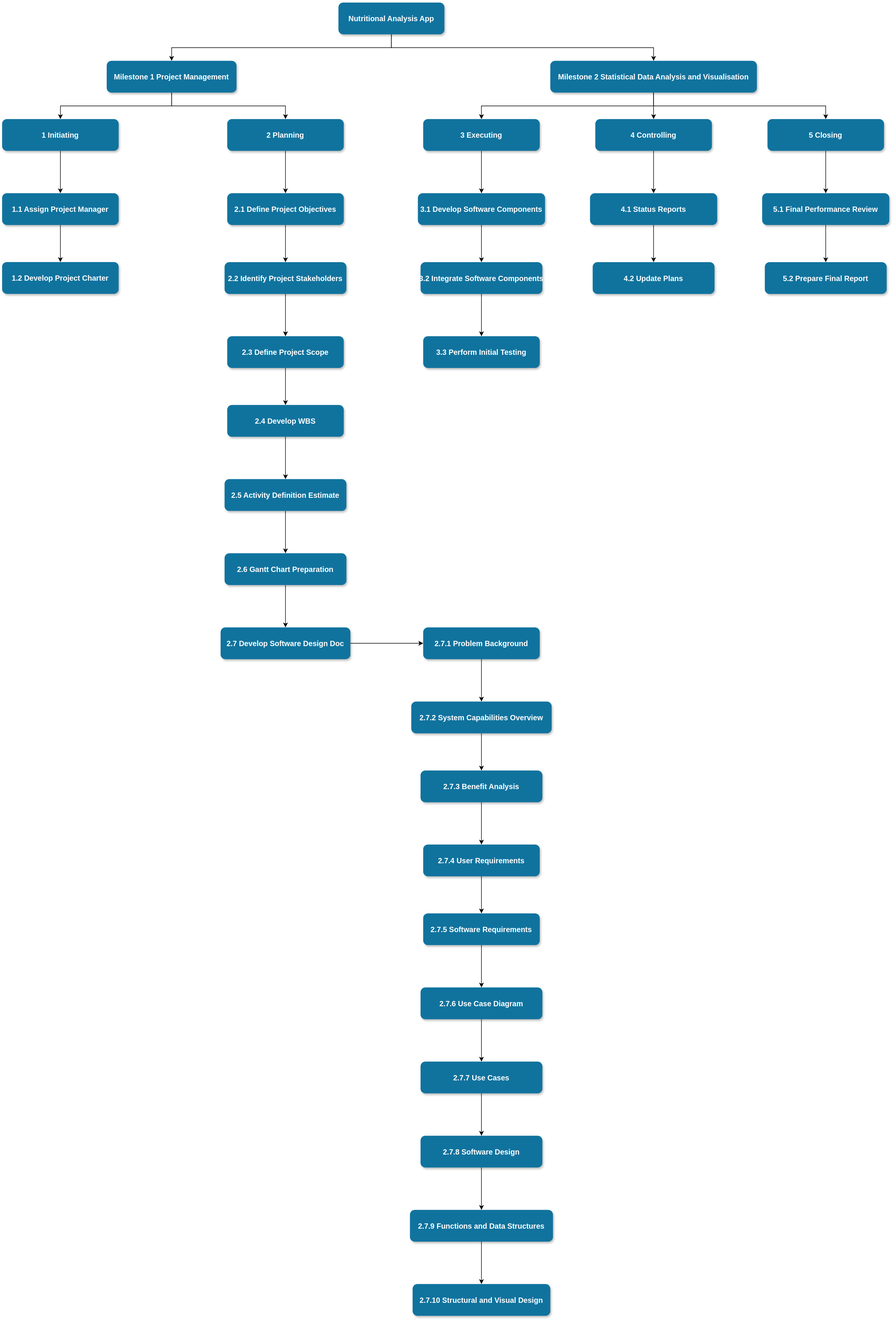
Earlier version of the draw.io export wbs.svg (Altidias/Milestone1_Group52). Source tidied: cells renumbered, new cells last; positions are measured from the earlier drawing's top-left corner, leaving out a move shared by most shapes.
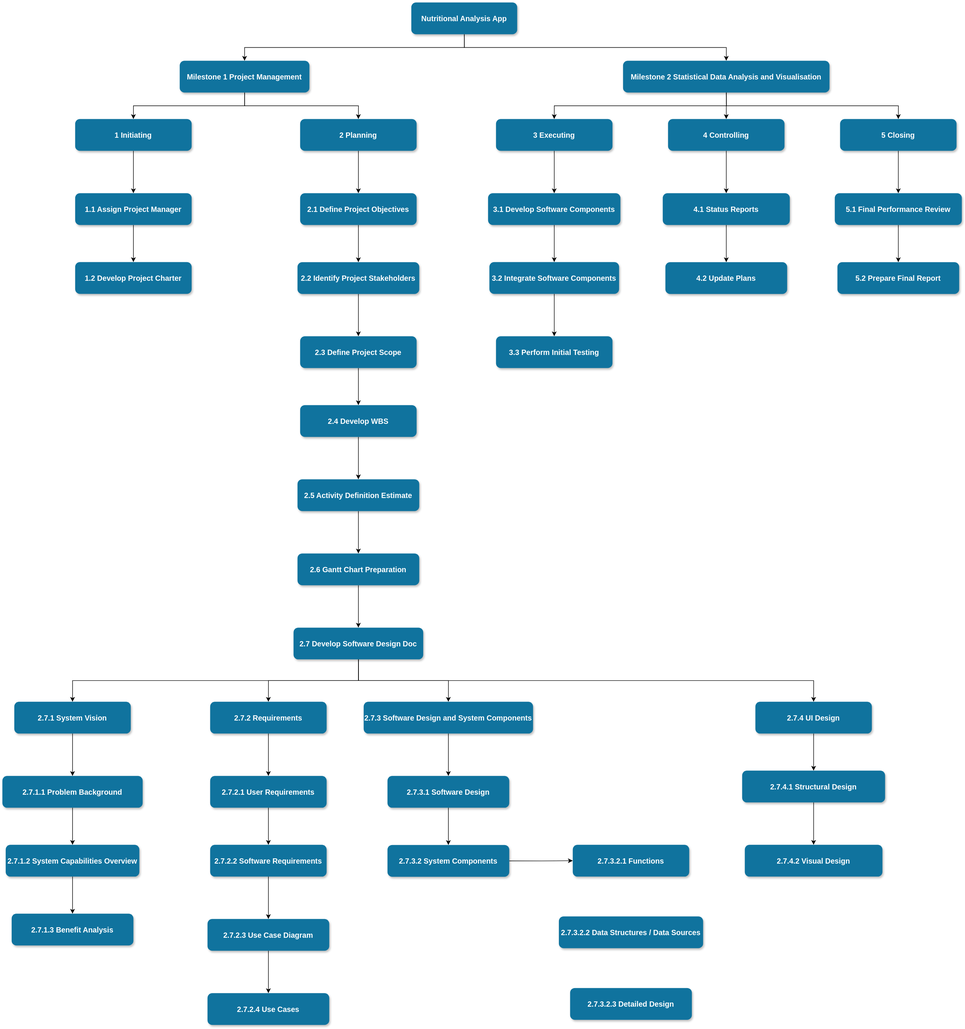
The same file after the commit.

Diff of the diagram source:
```diff
@@ -107,80 +107,86 @@
     <mxCell id="36" value="Milestone 2 Statistical Data Analysis and Visualisation" style="rounded=1;fillColor=#10739E;strokeColor=none;shadow=1;gradientColor=none;fontStyle=1;fontColor=#FFFFFF;fontSize=14;" parent="1" vertex="1">
       <mxGeometry x="1035" y="110" width="390" height="60" as="geometry" />
     </mxCell>
+    <mxCell id="69" style="edgeStyle=orthogonalEdgeStyle;rounded=0;jettySize=auto;html=1;exitX=0.5;exitY=1;exitDx=0;exitDy=0;entryX=0.5;entryY=0;entryDx=0;entryDy=0;" parent="1" edge="1" source="38" target="76">
+      <mxGeometry relative="1" as="geometry" />
+    </mxCell>
+    <mxCell id="70" style="edgeStyle=orthogonalEdgeStyle;rounded=0;jettySize=auto;html=1;exitX=0.5;exitY=1;exitDx=0;exitDy=0;entryX=0.5;entryY=0;entryDx=0;entryDy=0;" parent="1" edge="1" source="38" target="78">
+      <mxGeometry relative="1" as="geometry" />
+    </mxCell>
+    <mxCell id="71" style="edgeStyle=orthogonalEdgeStyle;rounded=0;jettySize=auto;html=1;exitX=0.5;exitY=1;exitDx=0;exitDy=0;entryX=0.5;entryY=0;entryDx=0;entryDy=0;" parent="1" edge="1" source="38" target="80">
+      <mxGeometry relative="1" as="geometry" />
+    </mxCell>
-    <mxCell id="37" style="edgeStyle=orthogonalEdgeStyle;rounded=0;jettySize=auto;html=1;exitX=1;exitY=0.5;exitDx=0;exitDy=0;entryX=0;entryY=0.5;entryDx=0;entryDy=0;" parent="1" edge="1" source="38" target="40">
+    <mxCell id="37" style="edgeStyle=orthogonalEdgeStyle;rounded=0;jettySize=auto;html=1;exitX=0.5;exitY=1;exitDx=0;exitDy=0;entryX=0.5;entryY=0;entryDx=0;entryDy=0;" parent="1" edge="1" source="38" target="40">
       <mxGeometry relative="1" as="geometry" />
     </mxCell>
     <mxCell id="38" value="2.7 Develop Software Design Doc" style="rounded=1;fillColor=#10739E;strokeColor=none;shadow=1;gradientColor=none;fontStyle=1;fontColor=#FFFFFF;fontSize=14;" parent="1" vertex="1">
       <mxGeometry x="412.5" y="1180" width="245" height="60" as="geometry" />
     </mxCell>
-    <mxCell id="39" style="edgeStyle=orthogonalEdgeStyle;rounded=0;jettySize=auto;html=1;exitX=0.5;exitY=1;exitDx=0;exitDy=0;entryX=0.5;entryY=0;entryDx=0;entryDy=0;" parent="1" edge="1" source="40" target="42">
-      <mxGeometry relative="1" as="geometry" />
-    </mxCell>
+    <mxCell id="72" style="edgeStyle=orthogonalEdgeStyle;rounded=0;jettySize=auto;html=1;exitX=0.5;exitY=1;exitDx=0;exitDy=0;entryX=0.5;entryY=0;entryDx=0;entryDy=0;" parent="1" edge="1" source="40" target="56">
+      <mxGeometry relative="1" as="geometry" />
+    </mxCell>
-    <mxCell id="40" value="2.7.1 Problem Background" style="rounded=1;fillColor=#10739E;strokeColor=none;shadow=1;gradientColor=none;fontStyle=1;fontColor=#FFFFFF;fontSize=14;" parent="1" vertex="1">
-      <mxGeometry x="795" y="1180" width="220" height="60" as="geometry" />
+    <mxCell id="40" value="2.7.4 UI Design" style="rounded=1;fillColor=#10739E;strokeColor=none;shadow=1;gradientColor=none;fontStyle=1;fontColor=#FFFFFF;fontSize=14;" parent="1" vertex="1">
+      <mxGeometry x="1285" y="1320" width="220" height="60" as="geometry" />
     </mxCell>
     <mxCell id="41" style="edgeStyle=orthogonalEdgeStyle;rounded=0;jettySize=auto;html=1;exitX=0.5;exitY=1;exitDx=0;exitDy=0;entryX=0.5;entryY=0;entryDx=0;entryDy=0;" parent="1" edge="1" source="42" target="44">
       <mxGeometry relative="1" as="geometry" />
     </mxCell>
-    <mxCell id="42" value="2.7.2 System Capabilities Overview" style="rounded=1;fillColor=#10739E;strokeColor=none;shadow=1;gradientColor=none;fontStyle=1;fontColor=#FFFFFF;fontSize=14;" parent="1" vertex="1">
-      <mxGeometry x="772.5" y="1320" width="265" height="60" as="geometry" />
+    <mxCell id="42" value="2.7.1.1 Problem Background" style="rounded=1;fillColor=#10739E;strokeColor=none;shadow=1;gradientColor=none;fontStyle=1;fontColor=#FFFFFF;fontSize=14;" parent="1" vertex="1">
+      <mxGeometry x="-137.5" y="1460" width="265" height="60" as="geometry" />
     </mxCell>
-    <mxCell id="43" style="edgeStyle=orthogonalEdgeStyle;rounded=0;jettySize=auto;html=1;exitX=0.5;exitY=1;exitDx=0;exitDy=0;entryX=0.5;entryY=0;entryDx=0;entryDy=0;" parent="1" edge="1" source="44" target="46">
-      <mxGeometry relative="1" as="geometry" />
-    </mxCell>
+    <mxCell id="73" style="edgeStyle=orthogonalEdgeStyle;rounded=0;jettySize=auto;html=1;exitX=0.5;exitY=1;exitDx=0;exitDy=0;entryX=0.5;entryY=0;entryDx=0;entryDy=0;" parent="1" edge="1" source="44" target="81">
+      <mxGeometry relative="1" as="geometry" />
+    </mxCell>
-    <mxCell id="44" value="2.7.3 Benefit Analysis" style="rounded=1;fillColor=#10739E;strokeColor=none;shadow=1;gradientColor=none;fontStyle=1;fontColor=#FFFFFF;fontSize=14;" parent="1" vertex="1">
-      <mxGeometry x="790" y="1450.2" width="230" height="60" as="geometry" />
+    <mxCell id="44" value="2.7.1.2 System Capabilities Overview" style="rounded=1;fillColor=#10739E;strokeColor=none;shadow=1;gradientColor=none;fontStyle=1;fontColor=#FFFFFF;fontSize=14;" parent="1" vertex="1">
+      <mxGeometry x="-131.2" y="1590" width="252.5" height="60" as="geometry" />
     </mxCell>
     <mxCell id="45" style="edgeStyle=orthogonalEdgeStyle;rounded=0;jettySize=auto;html=1;exitX=0.5;exitY=1;exitDx=0;exitDy=0;entryX=0.5;entryY=0;entryDx=0;entryDy=0;" parent="1" edge="1" source="46" target="48">
       <mxGeometry relative="1" as="geometry" />
     </mxCell>
-    <mxCell id="46" value="2.7.4 User Requirements" style="rounded=1;fillColor=#10739E;strokeColor=none;shadow=1;gradientColor=none;fontStyle=1;fontColor=#FFFFFF;fontSize=14;" parent="1" vertex="1">
-      <mxGeometry x="795" y="1590" width="220" height="60" as="geometry" />
+    <mxCell id="46" value="2.7.2.1 User Requirements" style="rounded=1;fillColor=#10739E;strokeColor=none;shadow=1;gradientColor=none;fontStyle=1;fontColor=#FFFFFF;fontSize=14;" parent="1" vertex="1">
+      <mxGeometry x="255" y="1460" width="220" height="60" as="geometry" />
     </mxCell>
     <mxCell id="47" style="edgeStyle=orthogonalEdgeStyle;rounded=0;jettySize=auto;html=1;exitX=0.5;exitY=1;exitDx=0;exitDy=0;entryX=0.5;entryY=0;entryDx=0;entryDy=0;" parent="1" edge="1" source="48" target="50">
       <mxGeometry relative="1" as="geometry" />
     </mxCell>
-    <mxCell id="48" value="2.7.5 Software Requirements" style="rounded=1;fillColor=#10739E;strokeColor=none;shadow=1;gradientColor=none;fontStyle=1;fontColor=#FFFFFF;fontSize=14;" parent="1" vertex="1">
-      <mxGeometry x="795" y="1720" width="220" height="60" as="geometry" />
+    <mxCell id="48" value="2.7.2.2 Software Requirements" style="rounded=1;fillColor=#10739E;strokeColor=none;shadow=1;gradientColor=none;fontStyle=1;fontColor=#FFFFFF;fontSize=14;" parent="1" vertex="1">
+      <mxGeometry x="255" y="1590" width="220" height="60" as="geometry" />
     </mxCell>
     <mxCell id="49" style="edgeStyle=orthogonalEdgeStyle;rounded=0;jettySize=auto;html=1;exitX=0.5;exitY=1;exitDx=0;exitDy=0;entryX=0.5;entryY=0;entryDx=0;entryDy=0;" parent="1" edge="1" source="50" target="52">
       <mxGeometry relative="1" as="geometry" />
     </mxCell>
-    <mxCell id="50" value="2.7.6 Use Case Diagram" style="rounded=1;fillColor=#10739E;strokeColor=none;shadow=1;gradientColor=none;fontStyle=1;fontColor=#FFFFFF;fontSize=14;" parent="1" vertex="1">
-      <mxGeometry x="790" y="1860" width="230" height="60" as="geometry" />
+    <mxCell id="50" value="2.7.2.3 Use Case Diagram" style="rounded=1;fillColor=#10739E;strokeColor=none;shadow=1;gradientColor=none;fontStyle=1;fontColor=#FFFFFF;fontSize=14;" parent="1" vertex="1">
+      <mxGeometry x="250" y="1730" width="230" height="60" as="geometry" />
     </mxCell>
-    <mxCell id="51" style="edgeStyle=orthogonalEdgeStyle;rounded=0;jettySize=auto;html=1;exitX=0.5;exitY=1;exitDx=0;exitDy=0;entryX=0.5;entryY=0;entryDx=0;entryDy=0;" parent="1" edge="1" source="52" target="54">
-      <mxGeometry relative="1" as="geometry" />
-    </mxCell>
-    <mxCell id="52" value="2.7.7 Use Cases" style="rounded=1;fillColor=#10739E;strokeColor=none;shadow=1;gradientColor=none;fontStyle=1;fontColor=#FFFFFF;fontSize=14;" parent="1" vertex="1">
-      <mxGeometry x="790" y="2000" width="230" height="60" as="geometry" />
+    <mxCell id="52" value="2.7.2.4 Use Cases" style="rounded=1;fillColor=#10739E;strokeColor=none;shadow=1;gradientColor=none;fontStyle=1;fontColor=#FFFFFF;fontSize=14;" parent="1" vertex="1">
+      <mxGeometry x="250" y="1870" width="230" height="60" as="geometry" />
     </mxCell>
-    <mxCell id="53" style="edgeStyle=orthogonalEdgeStyle;rounded=0;jettySize=auto;html=1;exitX=0.5;exitY=1;exitDx=0;exitDy=0;entryX=0.5;entryY=0;entryDx=0;entryDy=0;" parent="1" edge="1" source="54" target="56">
-      <mxGeometry relative="1" as="geometry" />
-    </mxCell>
+    <mxCell id="74" style="edgeStyle=orthogonalEdgeStyle;rounded=0;jettySize=auto;html=1;exitX=0.5;exitY=1;exitDx=0;exitDy=0;entryX=0.5;entryY=0;entryDx=0;entryDy=0;" parent="1" edge="1" source="54" target="83">
+      <mxGeometry relative="1" as="geometry" />
+    </mxCell>
-    <mxCell id="54" value="2.7.8 Software Design" style="rounded=1;fillColor=#10739E;strokeColor=none;shadow=1;gradientColor=none;fontStyle=1;fontColor=#FFFFFF;fontSize=14;" parent="1" vertex="1">
-      <mxGeometry x="790" y="2140" width="230" height="60" as="geometry" />
+    <mxCell id="54" value="2.7.3.1 Software Design" style="rounded=1;fillColor=#10739E;strokeColor=none;shadow=1;gradientColor=none;fontStyle=1;fontColor=#FFFFFF;fontSize=14;" parent="1" vertex="1">
+      <mxGeometry x="590" y="1460" width="230" height="60" as="geometry" />
     </mxCell>
     <mxCell id="55" style="edgeStyle=orthogonalEdgeStyle;rounded=0;jettySize=auto;html=1;exitX=0.5;exitY=1;exitDx=0;exitDy=0;entryX=0.5;entryY=0;entryDx=0;entryDy=0;" parent="1" edge="1" source="56" target="57">
       <mxGeometry relative="1" as="geometry" />
     </mxCell>
-    <mxCell id="56" value="2.7.9 Functions and Data Structures" style="rounded=1;fillColor=#10739E;strokeColor=none;shadow=1;gradientColor=none;fontStyle=1;fontColor=#FFFFFF;fontSize=14;" parent="1" vertex="1">
-      <mxGeometry x="770" y="2280" width="270" height="60" as="geometry" />
+    <mxCell id="56" value="2.7.4.1 Structural Design" style="rounded=1;fillColor=#10739E;strokeColor=none;shadow=1;gradientColor=none;fontStyle=1;fontColor=#FFFFFF;fontSize=14;" parent="1" vertex="1">
+      <mxGeometry x="1260" y="1450" width="270" height="60" as="geometry" />
     </mxCell>
-    <mxCell id="57" value="2.7.10 Structural and Visual Design" style="rounded=1;fillColor=#10739E;strokeColor=none;shadow=1;gradientColor=none;fontStyle=1;fontColor=#FFFFFF;fontSize=14;" parent="1" vertex="1">
-      <mxGeometry x="775" y="2420" width="260" height="60" as="geometry" />
+    <mxCell id="57" value="2.7.4.2 Visual Design" style="rounded=1;fillColor=#10739E;strokeColor=none;shadow=1;gradientColor=none;fontStyle=1;fontColor=#FFFFFF;fontSize=14;" parent="1" vertex="1">
+      <mxGeometry x="1265" y="1590" width="260" height="60" as="geometry" />
     </mxCell>
     <mxCell id="58" style="edgeStyle=orthogonalEdgeStyle;rounded=0;jettySize=auto;html=1;exitX=0.5;exitY=1;exitDx=0;exitDy=0;entryX=0.5;entryY=0;entryDx=0;entryDy=0;" parent="1" edge="1" source="59" target="61">
       <mxGeometry relative="1" as="geometry" />
     </mxCell>
     <mxCell id="59" value="3.1 Develop Software Components" style="rounded=1;fillColor=#10739E;strokeColor=none;shadow=1;gradientColor=none;fontStyle=1;fontColor=#FFFFFF;fontSize=14;" parent="1" vertex="1">
-      <mxGeometry x="785" y="360" width="240" height="60" as="geometry" />
+      <mxGeometry x="780" y="360" width="250" height="60" as="geometry" />
     </mxCell>
     <mxCell id="60" style="edgeStyle=orthogonalEdgeStyle;rounded=0;jettySize=auto;html=1;exitX=0.5;exitY=1;exitDx=0;exitDy=0;entryX=0.5;entryY=0;entryDx=0;entryDy=0;" parent="1" edge="1" source="61" target="62">
       <mxGeometry relative="1" as="geometry" />
     </mxCell>
     <mxCell id="61" value="3.2 Integrate Software Components " style="rounded=1;fillColor=#10739E;strokeColor=none;shadow=1;gradientColor=none;fontStyle=1;fontColor=#FFFFFF;fontSize=14;" parent="1" vertex="1">
-      <mxGeometry x="790" y="490.2" width="230" height="60" as="geometry" />
+      <mxGeometry x="782.5" y="490" width="245" height="60" as="geometry" />
     </mxCell>
     <mxCell id="62" value="3.3 Perform Initial Testing" style="rounded=1;fillColor=#10739E;strokeColor=none;shadow=1;gradientColor=none;fontStyle=1;fontColor=#FFFFFF;fontSize=14;" parent="1" vertex="1">
       <mxGeometry x="795" y="630" width="220" height="60" as="geometry" />
@@ -203,5 +209,41 @@
     <mxCell id="68" value="5.2 Prepare Final Report " style="rounded=1;fillColor=#10739E;strokeColor=none;shadow=1;gradientColor=none;fontStyle=1;fontColor=#FFFFFF;fontSize=14;" parent="1" vertex="1">
       <mxGeometry x="1440" y="490.2" width="230" height="60" as="geometry" />
     </mxCell>
+    <mxCell id="75" style="edgeStyle=orthogonalEdgeStyle;rounded=0;jettySize=auto;html=1;exitX=0.5;exitY=1;exitDx=0;exitDy=0;entryX=0.5;entryY=0;entryDx=0;entryDy=0;" parent="1" edge="1" source="76" target="42">
+      <mxGeometry relative="1" as="geometry" />
+    </mxCell>
+    <mxCell id="76" value="2.7.1 System Vision" style="rounded=1;fillColor=#10739E;strokeColor=none;shadow=1;gradientColor=none;fontStyle=1;fontColor=#FFFFFF;fontSize=14;" parent="1" vertex="1">
+      <mxGeometry x="-115" y="1320" width="220" height="60" as="geometry" />
+    </mxCell>
+    <mxCell id="77" style="edgeStyle=orthogonalEdgeStyle;rounded=0;jettySize=auto;html=1;exitX=0.5;exitY=1;exitDx=0;exitDy=0;entryX=0.5;entryY=0;entryDx=0;entryDy=0;" parent="1" edge="1" source="78" target="46">
+      <mxGeometry relative="1" as="geometry" />
+    </mxCell>
+    <mxCell id="78" value="2.7.2 Requirements" style="rounded=1;fillColor=#10739E;strokeColor=none;shadow=1;gradientColor=none;fontStyle=1;fontColor=#FFFFFF;fontSize=14;" parent="1" vertex="1">
+      <mxGeometry x="255" y="1320" width="220" height="60" as="geometry" />
+    </mxCell>
+    <mxCell id="79" style="edgeStyle=orthogonalEdgeStyle;rounded=0;jettySize=auto;html=1;exitX=0.5;exitY=1;exitDx=0;exitDy=0;entryX=0.5;entryY=0;entryDx=0;entryDy=0;" parent="1" edge="1" source="80" target="54">
+      <mxGeometry relative="1" as="geometry" />
+    </mxCell>
+    <mxCell id="80" value="2.7.3 Software Design and System Components" style="rounded=1;fillColor=#10739E;strokeColor=none;shadow=1;gradientColor=none;fontStyle=1;fontColor=#FFFFFF;fontSize=14;" parent="1" vertex="1">
+      <mxGeometry x="545" y="1320" width="320" height="60" as="geometry" />
+    </mxCell>
+    <mxCell id="81" value="2.7.1.3 Benefit Analysis" style="rounded=1;fillColor=#10739E;strokeColor=none;shadow=1;gradientColor=none;fontStyle=1;fontColor=#FFFFFF;fontSize=14;" parent="1" vertex="1">
+      <mxGeometry x="-120" y="1720" width="230" height="60" as="geometry" />
+    </mxCell>
+    <mxCell id="82" style="edgeStyle=orthogonalEdgeStyle;rounded=0;jettySize=auto;html=1;exitX=1;exitY=0.5;exitDx=0;exitDy=0;entryX=0;entryY=0.5;entryDx=0;entryDy=0;" parent="1" edge="1" source="83" target="85">
+      <mxGeometry relative="1" as="geometry" />
+    </mxCell>
+    <mxCell id="83" value="2.7.3.2 System Components" style="rounded=1;fillColor=#10739E;strokeColor=none;shadow=1;gradientColor=none;fontStyle=1;fontColor=#FFFFFF;fontSize=14;" parent="1" vertex="1">
+      <mxGeometry x="590" y="1590.2" width="230" height="60" as="geometry" />
+    </mxCell>
+    <mxCell id="84" value="2.7.3.2.2 Data Structures / Data Sources" style="rounded=1;fillColor=#10739E;strokeColor=none;shadow=1;gradientColor=none;fontStyle=1;fontColor=#FFFFFF;fontSize=14;" parent="1" vertex="1">
+      <mxGeometry x="913.8" y="1725.1" width="272.5" height="60" as="geometry" />
+    </mxCell>
+    <mxCell id="85" value="2.7.3.2.1 Functions" style="rounded=1;fillColor=#10739E;strokeColor=none;shadow=1;gradientColor=none;fontStyle=1;fontColor=#FFFFFF;fontSize=14;" parent="1" vertex="1">
+      <mxGeometry x="940" y="1590" width="220" height="60" as="geometry" />
+    </mxCell>
+    <mxCell id="86" value="2.7.3.2.3 Detailed Design" style="rounded=1;fillColor=#10739E;strokeColor=none;shadow=1;gradientColor=none;fontStyle=1;fontColor=#FFFFFF;fontSize=14;" parent="1" vertex="1">
+      <mxGeometry x="935" y="1860.2" width="230" height="60" as="geometry" />
+    </mxCell>
   </root>
 </mxGraphModel>
```
